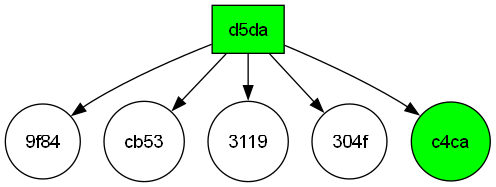
Above: IP-CW2/also_likes.png in ifra-mahmood24/Python-Projects (Graphviz), before the change. Its source is kept beside it as IP-CW2/also_likes.dot.
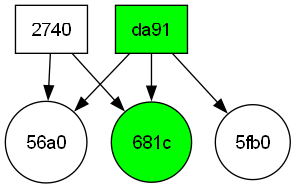
Above is the later version.

Change to the diagram source:
```diff
@@ -1,15 +1,14 @@
 digraph AlsoLikes {
   rankdir=TB;
   node [fontname="Helvetica"];
-  "9f84" [shape=circle, label="9f84"];
-  "cb53" [shape=circle, label="cb53"];
-  "3119" [shape=circle, label="3119"];
-  "304f" [shape=circle, label="304f"];
-  "c4ca" [shape=circle, style=filled, fillcolor="green", label="c4ca"];
-  "d5da" [shape=box, style=filled, fillcolor="green", label="d5da"];
-  "d5da" -> "9f84";
-  "d5da" -> "cb53";
-  "d5da" -> "c4ca";
-  "d5da" -> "304f";
-  "d5da" -> "3119";
+  "681c" [shape=circle, style=filled, fillcolor="green", label="681c"];
+  "56a0" [shape=circle, label="56a0"];
+  "5fb0" [shape=circle, label="5fb0"];
+  "da91" [shape=box, style=filled, fillcolor="green", label="da91"];
+  "2740" [shape=box, label="2740"];
+  "2740" -> "681c";
+  "da91" -> "56a0";
+  "da91" -> "5fb0";
+  "2740" -> "56a0";
+  "da91" -> "681c";
 }
```
